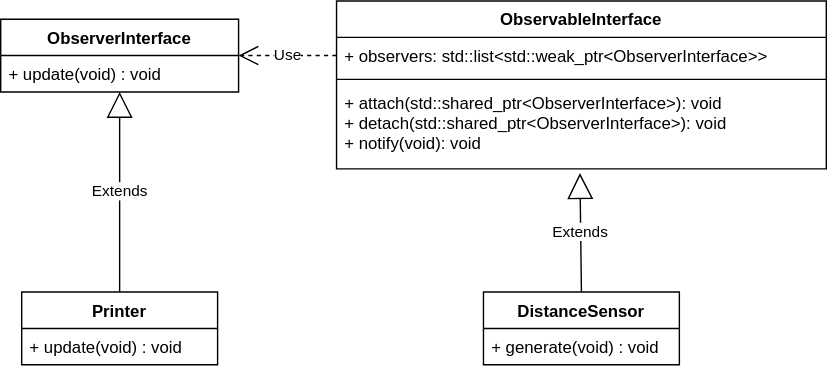
Earlier version of the draw.io export image/05_Entwurfsmuster/ObserverPattern3.drawio.svg (TUBAF-IfI-LiaScript/VL_SoftwareprojektRobotik). Source tidied: cells renumbered, new cells last; positions are measured from the earlier drawing's top-left corner, leaving out a move shared by most shapes. The source it was exported from:
```xml
<mxGraphModel>
  <root>
    <mxCell id="0" />
    <mxCell id="1" parent="0" />
    <mxCell id="2" value="ObservableInterface" style="swimlane;fontStyle=1;align=center;verticalAlign=top;horizontal=1;startSize=26;" parent="1" vertex="1">
      <mxGeometry x="240" width="350" height="120" as="geometry" />
    </mxCell>
    <mxCell id="3" value="+ observers: std::list&lt;std::weak_ptr&lt;ObserverInterface&gt;&gt;" style="text;strokeColor=none;fillColor=none;align=left;verticalAlign=top;spacingLeft=4;spacingRight=4;overflow=hidden;points=[[0,0.5],[1,0.5]];portConstraint=eastwest;" parent="2" vertex="1">
      <mxGeometry y="26" width="350" height="26" as="geometry" />
    </mxCell>
    <mxCell id="4" style="line;strokeWidth=1;fillColor=none;align=left;verticalAlign=middle;spacingTop=-1;spacingLeft=3;spacingRight=3;labelPosition=right;strokeColor=inherit;" parent="2" vertex="1">
      <mxGeometry y="52" width="350" height="8" as="geometry" />
    </mxCell>
    <mxCell id="5" value="+ attach(std::shared_ptr&lt;ObserverInterface&gt;): void&#10;+ detach(std::shared_ptr&lt;ObserverInterface&gt;): void&#10;+ notify(void): void" style="text;strokeColor=none;fillColor=none;align=left;verticalAlign=top;spacingLeft=4;spacingRight=4;overflow=hidden;points=[[0,0.5],[1,0.5]];portConstraint=eastwest;" parent="2" vertex="1">
      <mxGeometry y="60" width="350" height="60" as="geometry" />
    </mxCell>
    <mxCell id="6" value="ObserverInterface" style="swimlane;fontStyle=1;horizontal=1;startSize=26;fillColor=none;" parent="1" vertex="1">
      <mxGeometry y="13" width="170" height="52" as="geometry" />
    </mxCell>
    <mxCell id="7" value="+ update(void) : void" style="text;strokeColor=none;fillColor=none;align=left;verticalAlign=top;spacingLeft=4;spacingRight=4;overflow=hidden;" parent="6" vertex="1">
      <mxGeometry y="26" width="170" height="26" as="geometry" />
    </mxCell>
    <mxCell id="8" value="DistanceSensor" style="swimlane;fontStyle=1;horizontal=1;startSize=26;fillColor=none;" parent="1" vertex="1">
      <mxGeometry x="345" y="208" width="140" height="52" as="geometry" />
    </mxCell>
    <mxCell id="9" value="+ generate(void) : void" style="text;strokeColor=none;fillColor=none;align=left;verticalAlign=top;spacingLeft=4;spacingRight=4;overflow=hidden;" parent="8" vertex="1">
      <mxGeometry y="26" width="140" height="26" as="geometry" />
    </mxCell>
    <mxCell id="10" value="Printer" style="swimlane;fontStyle=1;horizontal=1;startSize=26;fillColor=none;" parent="1" vertex="1">
      <mxGeometry x="15" y="208" width="140" height="52" as="geometry" />
    </mxCell>
    <mxCell id="11" value="+ update(void) : void" style="text;strokeColor=none;fillColor=none;align=left;verticalAlign=top;spacingLeft=4;spacingRight=4;overflow=hidden;" parent="10" vertex="1">
      <mxGeometry y="26" width="140" height="26" as="geometry" />
    </mxCell>
    <mxCell id="12" value="Extends" style="endArrow=block;endSize=16;endFill=0;html=1;rounded=0;exitX=0.5;exitY=0;exitDx=0;exitDy=0;entryX=0.497;entryY=1.05;entryDx=0;entryDy=0;entryPerimeter=0;" parent="1" edge="1" source="8" target="5">
      <mxGeometry relative="1" as="geometry" />
    </mxCell>
    <mxCell id="13" value="Extends" style="endArrow=block;endSize=16;endFill=0;html=1;rounded=0;exitX=0.5;exitY=0;exitDx=0;exitDy=0;entryX=0.5;entryY=1;entryDx=0;entryDy=0;" parent="1" edge="1" source="10" target="6">
      <mxGeometry relative="1" as="geometry" />
    </mxCell>
    <mxCell id="14" value="Use" style="endArrow=open;endSize=12;dashed=1;html=1;rounded=0;entryX=1;entryY=0.5;entryDx=0;entryDy=0;exitX=0;exitY=0.5;exitDx=0;exitDy=0;" parent="1" edge="1" source="3" target="6">
      <mxGeometry relative="1" as="geometry" />
    </mxCell>
  </root>
</mxGraphModel>
```
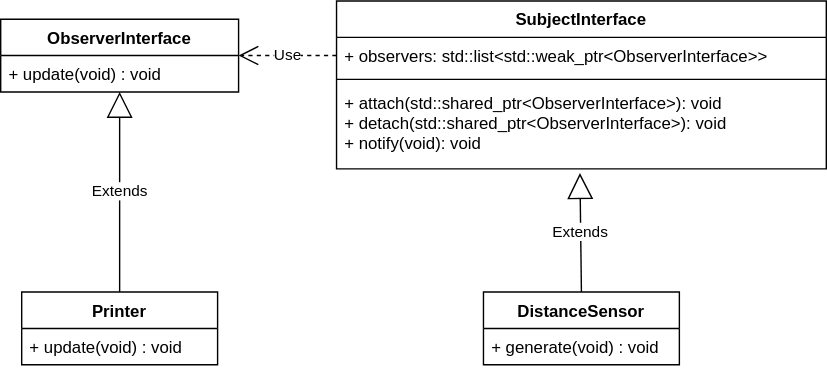
After the commit.

Diff of the diagram source:
```diff
@@ -2,7 +2,7 @@
   <root>
     <mxCell id="0" />
     <mxCell id="1" parent="0" />
-    <mxCell id="2" value="ObservableInterface" style="swimlane;fontStyle=1;align=center;verticalAlign=top;horizontal=1;startSize=26;" parent="1" vertex="1">
+    <mxCell id="2" value="SubjectInterface" style="swimlane;fontStyle=1;align=center;verticalAlign=top;horizontal=1;startSize=26;" parent="1" vertex="1">
       <mxGeometry x="240" width="350" height="120" as="geometry" />
     </mxCell>
     <mxCell id="3" value="+ observers: std::list&lt;std::weak_ptr&lt;ObserverInterface&gt;&gt;" style="text;strokeColor=none;fillColor=none;align=left;verticalAlign=top;spacingLeft=4;spacingRight=4;overflow=hidden;points=[[0,0.5],[1,0.5]];portConstraint=eastwest;" parent="2" vertex="1">
```
